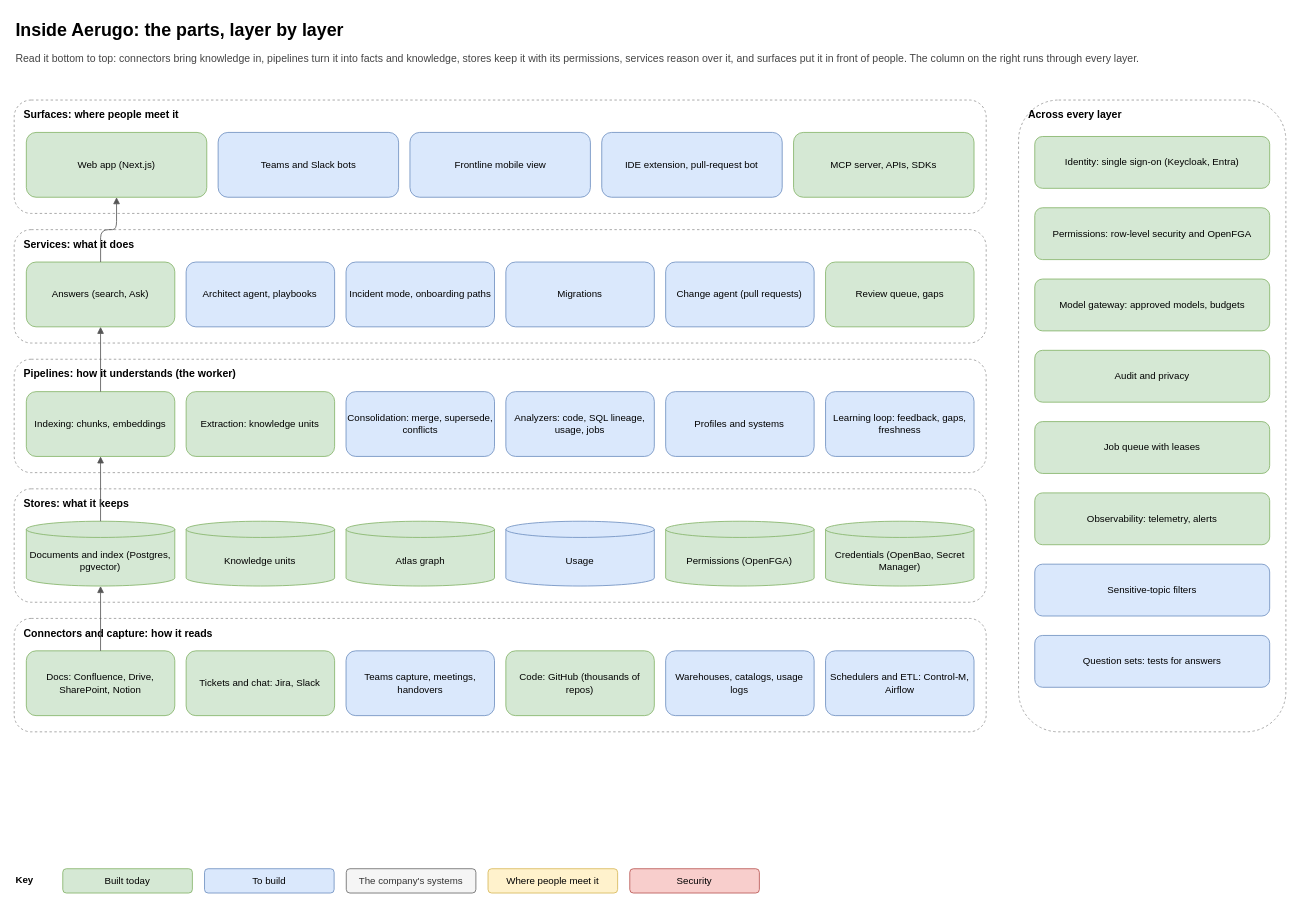
aerugo-hq/aerugo-self-host keeps this draw.io diagram as page "2. Components" (2 of 10) of docs/architecture/aerugo-architecture.drawio. Above is the earlier version. Source tidied: cells renumbered, new cells numbered last; positions are measured from the earlier drawing's top-left corner, leaving out a move shared by most shapes. Both pictures are drawn from the tidied source at 81%, with x=0, y=0 at pixel (14, 14).
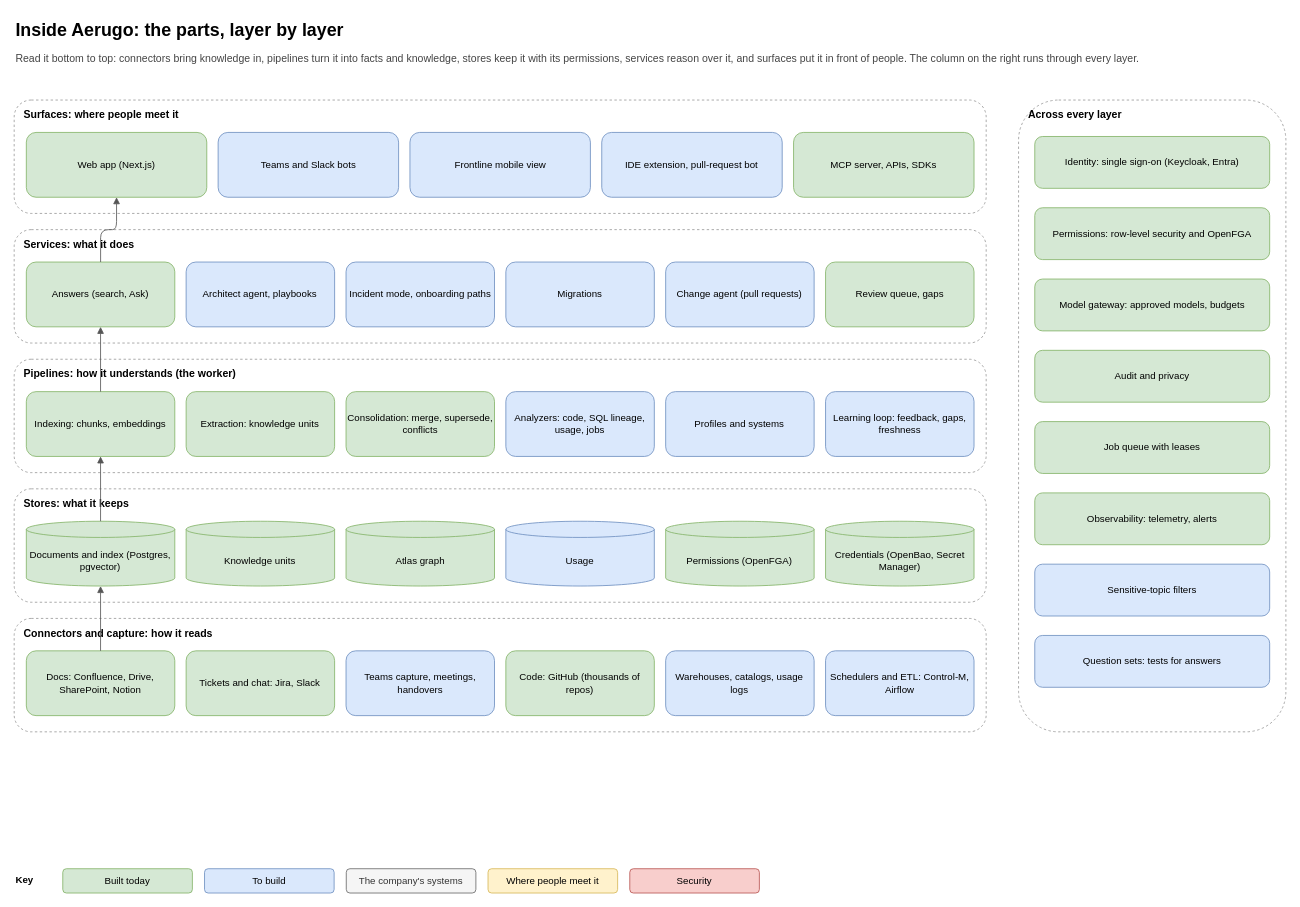
After the change.

Commit message (it also covers changes not shown here):
F3: consolidation, copies linked to their original and contradictions sent to their owners as conflicts, resolved within a team

Diff of the diagram source:
```diff
@@
-    <mxCell id="20" value="Consolidation: merge, supersede, conflicts" style="rounded=1;whiteSpace=wrap;html=1;fillColor=#dae8fc;strokeColor=#6c8ebf;fontSize=12;" parent="1" vertex="1">
+    <mxCell id="20" value="Consolidation: merge, supersede, conflicts" style="rounded=1;whiteSpace=wrap;html=1;fillColor=#d5e8d4;strokeColor=#82b366;fontSize=12;" parent="1" vertex="1">
       <mxGeometry x="409.7" y="466" width="183.3" height="80" as="geometry" />
     </mxCell>
```
